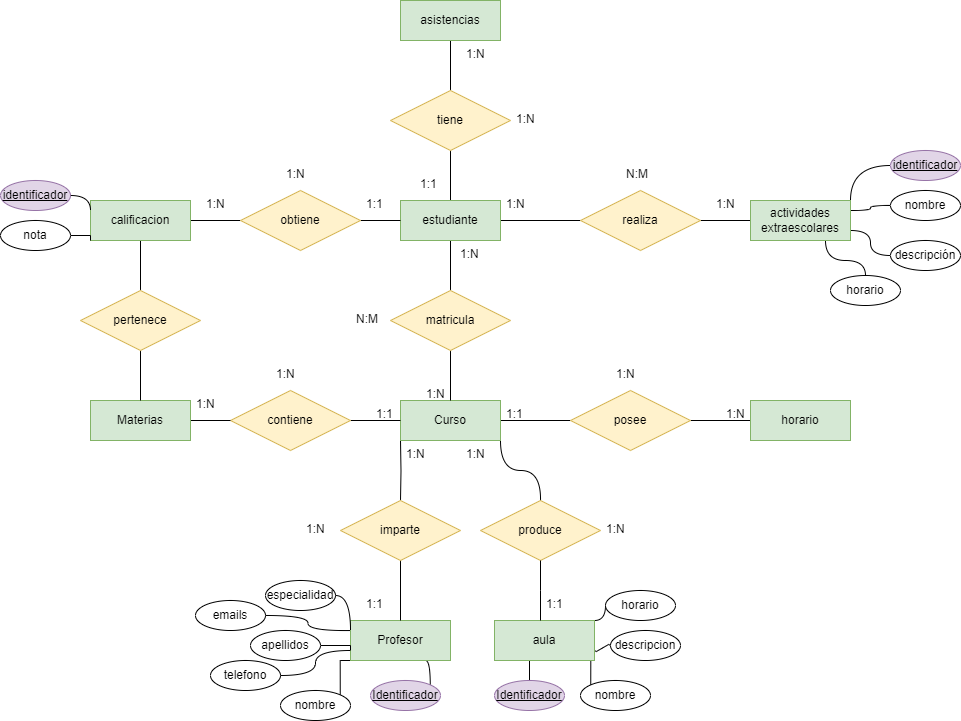
The draw.io diagram Unidad-1/Tareas/Tarea-8/tarea8.drawio.png in jdrguez/2-Daw, before a commit. Source tidied: cells renumbered, new cells last; positions are measured from the earlier drawing's top-left corner, leaving out a move shared by most shapes.
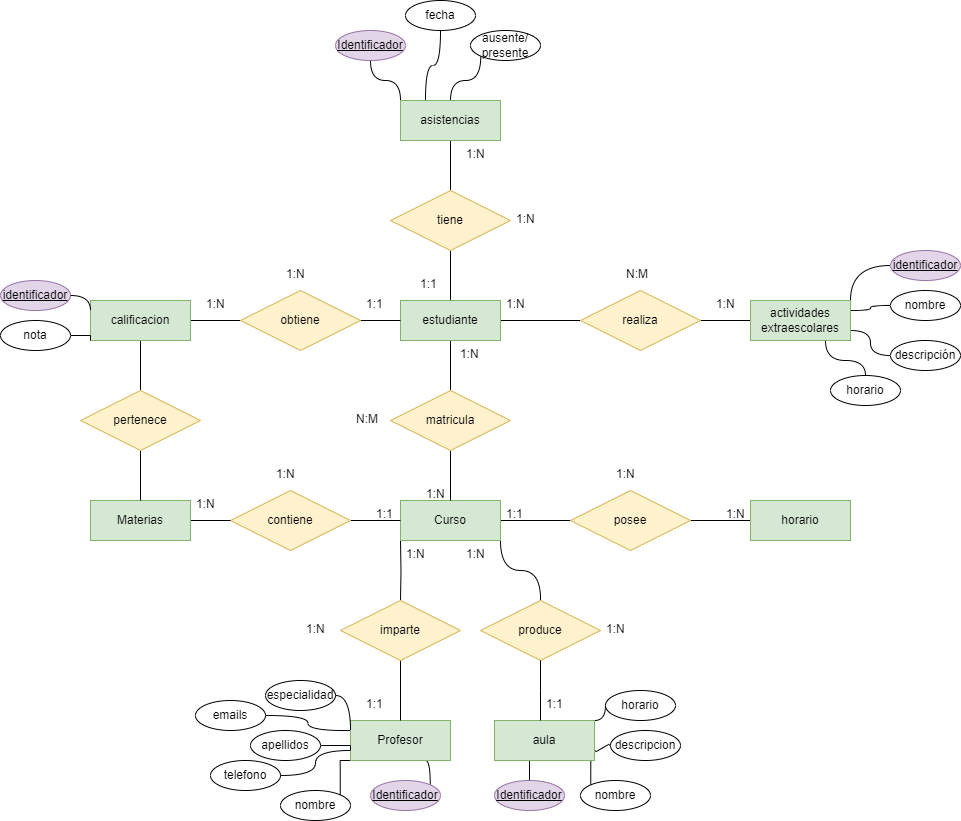
Later version of the same file.

Change to the diagram source:
```diff
@@ -78,6 +78,12 @@
     <mxCell id="25" value="tiene" style="shape=rhombus;perimeter=rhombusPerimeter;whiteSpace=wrap;html=1;align=center;fillColor=#fff2cc;strokeColor=#d6b656;" parent="1" vertex="1">
       <mxGeometry x="390" y="90" width="120" height="60" as="geometry" />
     </mxCell>
+    <mxCell id="94" style="edgeStyle=orthogonalEdgeStyle;rounded=0;jettySize=auto;html=1;exitX=0.25;exitY=0;exitDx=0;exitDy=0;entryX=0.5;entryY=1;entryDx=0;entryDy=0;curved=1;endArrow=none;endFill=0;" parent="1" edge="1" source="26" target="98">
+      <mxGeometry relative="1" as="geometry" />
+    </mxCell>
+    <mxCell id="95" style="edgeStyle=orthogonalEdgeStyle;rounded=0;jettySize=auto;html=1;exitX=0.5;exitY=0;exitDx=0;exitDy=0;entryX=0;entryY=1;entryDx=0;entryDy=0;curved=1;endArrow=none;endFill=0;" parent="1" edge="1" source="26" target="99">
+      <mxGeometry relative="1" as="geometry" />
+    </mxCell>
     <mxCell id="26" value="asistencias" style="whiteSpace=wrap;html=1;align=center;fillColor=#d5e8d4;strokeColor=#82b366;" parent="1" vertex="1">
       <mxGeometry x="400" width="100" height="40" as="geometry" />
     </mxCell>
@@ -286,5 +292,17 @@
     <mxCell id="93" value="horario" style="ellipse;whiteSpace=wrap;html=1;align=center;" parent="1" vertex="1">
       <mxGeometry x="830" y="275" width="70" height="30" as="geometry" />
     </mxCell>
+    <mxCell id="96" style="edgeStyle=orthogonalEdgeStyle;rounded=0;jettySize=auto;html=1;exitX=0.5;exitY=1;exitDx=0;exitDy=0;entryX=0;entryY=0;entryDx=0;entryDy=0;curved=1;endArrow=none;endFill=0;" parent="1" edge="1" source="97" target="26">
+      <mxGeometry relative="1" as="geometry" />
+    </mxCell>
+    <mxCell id="97" value="&lt;u&gt;Identificador&lt;/u&gt;" style="ellipse;whiteSpace=wrap;html=1;align=center;fillColor=#e1d5e7;strokeColor=#9673a6;" parent="1" vertex="1">
+      <mxGeometry x="335" y="-70" width="70" height="30" as="geometry" />
+    </mxCell>
+    <mxCell id="98" value="fecha" style="ellipse;whiteSpace=wrap;html=1;align=center;" parent="1" vertex="1">
+      <mxGeometry x="405" y="-100" width="70" height="30" as="geometry" />
+    </mxCell>
+    <mxCell id="99" value="ausente/&lt;br&gt;presente" style="ellipse;whiteSpace=wrap;html=1;align=center;" parent="1" vertex="1">
+      <mxGeometry x="470" y="-70" width="70" height="30" as="geometry" />
+    </mxCell>
   </root>
 </mxGraphModel>
```
